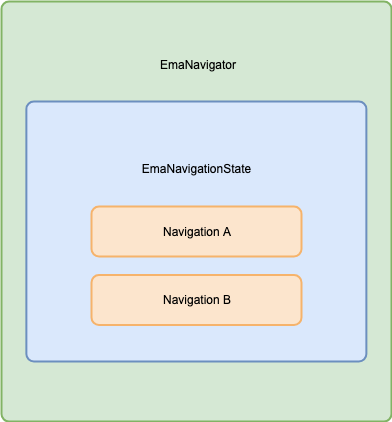
This is documentation/EmaNavigator.png from carmabs/Ema, a draw.io export, as it was before one commit. Source tidied: cells renumbered, new cells last; positions are measured from the earlier drawing's top-left corner, leaving out a move shared by most shapes. The source it was exported from:
```xml
<mxGraphModel background="#FFFFFF">
  <root>
    <mxCell id="0" />
    <mxCell id="1" parent="0" />
    <mxCell id="2" value="&lt;div style='width: 381.0px;height: 308.0px;word-break: break-word;'&gt;&lt;div align=&quot;center&quot;&gt;&lt;span style=&quot;font-size: 12px; font-family: Arial; white-space: pre-wrap; text-decoration: none; line-height: 14px; color: rgb(0, 0, 0);&quot;&gt;EmaNavigator&#10;&lt;/span&gt;&lt;/div&gt;&lt;div align=&quot;center&quot;&gt;&lt;span style=&quot;font-size: 12px; font-family: Arial; white-space: pre-wrap; text-decoration: none; line-height: 14px; color: rgb(0, 0, 0);&quot;&gt;&#10;&lt;/span&gt;&lt;/div&gt;&lt;div align=&quot;center&quot;&gt;&lt;span style=&quot;font-size: 12px; font-family: Arial; white-space: pre-wrap; text-decoration: none; line-height: 14px; color: rgb(0, 0, 0);&quot;&gt;&#10;&lt;/span&gt;&lt;/div&gt;&lt;div align=&quot;center&quot;&gt;&lt;span style=&quot;font-size: 12px; font-family: Arial; white-space: pre-wrap; text-decoration: none; line-height: 14px; color: rgb(0, 0, 0);&quot;&gt;&#10;&lt;/span&gt;&lt;/div&gt;&lt;div align=&quot;center&quot;&gt;&lt;span style=&quot;font-size: 12px; font-family: Arial; white-space: pre-wrap; text-decoration: none; line-height: 14px; color: rgb(0, 0, 0);&quot;&gt;&#10;&lt;/span&gt;&lt;/div&gt;&lt;div align=&quot;center&quot;&gt;&lt;span style=&quot;font-size: 12px; font-family: Arial; white-space: pre-wrap; text-decoration: none; line-height: 14px; color: rgb(0, 0, 0);&quot;&gt;&#10;&lt;/span&gt;&lt;/div&gt;&lt;div align=&quot;center&quot;&gt;&lt;span style=&quot;font-size: 12px; font-family: Arial; white-space: pre-wrap; text-decoration: none; line-height: 14px; color: rgb(0, 0, 0);&quot;&gt;&#10;&lt;/span&gt;&lt;/div&gt;&lt;div align=&quot;center&quot;&gt;&lt;span style=&quot;font-size: 12px; font-family: Arial; white-space: pre-wrap; text-decoration: none; line-height: 14px; color: rgb(0, 0, 0);&quot;&gt;&#10;&lt;/span&gt;&lt;/div&gt;&lt;div align=&quot;center&quot;&gt;&lt;span style=&quot;font-size: 12px; font-family: Arial; white-space: pre-wrap; text-decoration: none; line-height: 14px; color: rgb(0, 0, 0);&quot;&gt;&#10;&lt;/span&gt;&lt;/div&gt;&lt;div align=&quot;center&quot;&gt;&lt;span style=&quot;font-size: 12px; font-family: Arial; white-space: pre-wrap; text-decoration: none; line-height: 14px; color: rgb(0, 0, 0);&quot;&gt;&#10;&lt;/span&gt;&lt;/div&gt;&lt;div align=&quot;center&quot;&gt;&lt;span style=&quot;font-size: 12px; font-family: Arial; white-space: pre-wrap; text-decoration: none; line-height: 14px; color: rgb(0, 0, 0);&quot;&gt;&#10;&lt;/span&gt;&lt;/div&gt;&lt;div align=&quot;center&quot;&gt;&lt;span style=&quot;font-size: 12px; font-family: Arial; white-space: pre-wrap; text-decoration: none; line-height: 14px; color: rgb(0, 0, 0);&quot;&gt;&#10;&lt;/span&gt;&lt;/div&gt;&lt;div align=&quot;center&quot;&gt;&lt;span style=&quot;font-size: 12px; font-family: Arial; white-space: pre-wrap; text-decoration: none; line-height: 14px; color: rgb(0, 0, 0);&quot;&gt;&#10;&lt;/span&gt;&lt;/div&gt;&lt;div align=&quot;center&quot;&gt;&lt;span style=&quot;font-size: 12px; font-family: Arial; white-space: pre-wrap; text-decoration: none; line-height: 14px; color: rgb(0, 0, 0);&quot;&gt;&#10;&lt;/span&gt;&lt;/div&gt;&lt;div align=&quot;center&quot;&gt;&lt;span style=&quot;font-size: 12px; font-family: Arial; white-space: pre-wrap; text-decoration: none; line-height: 14px; color: rgb(0, 0, 0);&quot;&gt;&#10;&lt;/span&gt;&lt;/div&gt;&lt;div align=&quot;center&quot;&gt;&lt;span style=&quot;font-size: 12px; font-family: Arial; white-space: pre-wrap; text-decoration: none; line-height: 14px; color: rgb(0, 0, 0);&quot;&gt;&#10;&lt;/span&gt;&lt;/div&gt;&lt;div align=&quot;center&quot;&gt;&lt;span style=&quot;font-size: 12px; font-family: Arial; white-space: pre-wrap; text-decoration: none; line-height: 14px; color: rgb(0, 0, 0);&quot;&gt;&#10;&lt;/span&gt;&lt;/div&gt;&lt;div align=&quot;center&quot;&gt;&lt;span style=&quot;font-size: 12px; font-family: Arial; white-space: pre-wrap; text-decoration: none; line-height: 14px; color: rgb(0, 0, 0);&quot;&gt;&#10;&lt;/span&gt;&lt;/div&gt;&lt;div align=&quot;center&quot;&gt;&lt;span style=&quot;font-size: 12px; font-family: Arial; white-space: pre-wrap; text-decoration: none; line-height: 14px; color: rgb(0, 0, 0);&quot;&gt;&#10;&lt;/span&gt;&lt;/div&gt;&lt;div align=&quot;center&quot;&gt;&lt;span style=&quot;font-size: 12px; font-family: Arial; white-space: pre-wrap; text-decoration: none; line-height: 14px; color: rgb(0, 0, 0);&quot;&gt;&#10;&lt;/span&gt;&lt;/div&gt;&lt;div align=&quot;center&quot;&gt;&lt;span style=&quot;font-size: 12px; font-family: Arial; white-space: pre-wrap; text-decoration: none; line-height: 14px; color: rgb(0, 0, 0);&quot;&gt;&#10;&lt;/span&gt;&lt;/div&gt;&lt;div align=&quot;center&quot;&gt;&lt;span style=&quot;font-size: 12px; font-family: Arial; white-space: pre-wrap; text-decoration: none; line-height: 14px; color: rgb(0, 0, 0);&quot;&gt;&#10;&lt;/span&gt;&lt;/div&gt;&lt;div align=&quot;center&quot;&gt;&lt;span style=&quot;font-size: 12px; font-family: Arial; white-space: pre-wrap; text-decoration: none; line-height: 14px; color: rgb(0, 0, 0);&quot;&gt;&lt;/span&gt;&lt;/div&gt;&lt;/div&gt;" style="shape=rect;rounded=1;arcSize=15;absoluteArcSize=1;shadow=0;strokeWidth=2;fillColor=#d5e8d4;strokeColor=#82b365;opacity=100.0;html=1;nl2Br=0;verticalAlign=middle;align=center;spacingLeft=3.0;spacingRight=0;whiteSpace=wrap;gliffyId=1;" parent="1" vertex="1">
      <mxGeometry width="390" height="420" as="geometry" />
    </mxCell>
    <mxCell id="3" value="&lt;div style='width: 333.51282px;height: 140.0px;word-break: break-word;'&gt;&lt;div align=&quot;center&quot;&gt;&lt;span style=&quot;font-size: 12px; font-family: Arial; white-space: pre-wrap; text-decoration: none; line-height: 14px; color: rgb(0, 0, 0);&quot;&gt;EmaNavigationState&#10;&lt;/span&gt;&lt;/div&gt;&lt;div align=&quot;center&quot;&gt;&lt;span style=&quot;font-size: 12px; font-family: Arial; white-space: pre-wrap; text-decoration: none; line-height: 14px; color: rgb(0, 0, 0);&quot;&gt;&#10;&lt;/span&gt;&lt;/div&gt;&lt;div align=&quot;center&quot;&gt;&lt;span style=&quot;font-size: 12px; font-family: Arial; white-space: pre-wrap; text-decoration: none; line-height: 14px; color: rgb(0, 0, 0);&quot;&gt;&#10;&lt;/span&gt;&lt;/div&gt;&lt;div align=&quot;center&quot;&gt;&lt;span style=&quot;font-size: 12px; font-family: Arial; white-space: pre-wrap; text-decoration: none; line-height: 14px; color: rgb(0, 0, 0);&quot;&gt;&#10;&lt;/span&gt;&lt;/div&gt;&lt;div align=&quot;center&quot;&gt;&lt;span style=&quot;font-size: 12px; font-family: Arial; white-space: pre-wrap; text-decoration: none; line-height: 14px; color: rgb(0, 0, 0);&quot;&gt;&#10;&lt;/span&gt;&lt;/div&gt;&lt;div align=&quot;center&quot;&gt;&lt;span style=&quot;font-size: 12px; font-family: Arial; white-space: pre-wrap; text-decoration: none; line-height: 14px; color: rgb(0, 0, 0);&quot;&gt;&#10;&lt;/span&gt;&lt;/div&gt;&lt;div align=&quot;center&quot;&gt;&lt;span style=&quot;font-size: 12px; font-family: Arial; white-space: pre-wrap; text-decoration: none; line-height: 14px; color: rgb(0, 0, 0);&quot;&gt;&#10;&lt;/span&gt;&lt;/div&gt;&lt;div align=&quot;center&quot;&gt;&lt;span style=&quot;font-size: 12px; font-family: Arial; white-space: pre-wrap; text-decoration: none; line-height: 14px; color: rgb(0, 0, 0);&quot;&gt;&#10;&lt;/span&gt;&lt;/div&gt;&lt;div align=&quot;center&quot;&gt;&lt;span style=&quot;font-size: 12px; font-family: Arial; white-space: pre-wrap; text-decoration: none; line-height: 14px; color: rgb(0, 0, 0);&quot;&gt;&#10;&lt;/span&gt;&lt;/div&gt;&lt;div align=&quot;center&quot;&gt;&lt;span style=&quot;font-size: 12px; font-family: Arial; white-space: pre-wrap; text-decoration: none; line-height: 14px; color: rgb(0, 0, 0);&quot;&gt;&#10;&lt;/span&gt;&lt;/div&gt;&lt;div align=&quot;center&quot;&gt;&lt;span style=&quot;font-size: 12px; font-family: Arial; white-space: pre-wrap; text-decoration: none; line-height: 14px; color: rgb(0, 0, 0);&quot;&gt;&lt;/span&gt;&lt;/div&gt;&lt;/div&gt;" style="shape=rect;rounded=1;arcSize=15;absoluteArcSize=1;shadow=0;strokeWidth=2;fillColor=#dae8fc;strokeColor=#6c8fbf;opacity=100.0;html=1;nl2Br=0;verticalAlign=middle;align=center;spacingLeft=1.7435898;spacingRight=0;whiteSpace=wrap;gliffyId=9;" parent="1" vertex="1">
      <mxGeometry x="24.9" y="100" width="340" height="260" as="geometry" />
    </mxCell>
    <mxCell id="4" value="&lt;div style=&quot;width: 203.0px ; height: 14.0px ; word-break: break-word&quot;&gt;&lt;div align=&quot;center&quot;&gt;&lt;span style=&quot;font-size: 12px ; font-family: &amp;#34;arial&amp;#34; ; white-space: pre-wrap ; text-decoration: none ; line-height: 14px ; color: rgb(0 , 0 , 0)&quot;&gt;Navigation A&lt;/span&gt;&lt;/div&gt;&lt;/div&gt;" style="shape=rect;rounded=1;arcSize=15;absoluteArcSize=1;shadow=0;strokeWidth=2;fillColor=#fce5cd;strokeColor=#f6b36b;opacity=100.0;html=1;nl2Br=0;verticalAlign=middle;align=center;spacingLeft=2.0;spacingRight=0;whiteSpace=wrap;gliffyId=12;" parent="1" vertex="1">
      <mxGeometry x="90" y="205" width="210" height="50" as="geometry" />
    </mxCell>
    <mxCell id="5" value="&lt;div style=&quot;width: 203.0px ; height: 14.0px ; word-break: break-word&quot;&gt;&lt;div align=&quot;center&quot;&gt;&lt;span style=&quot;font-size: 12px ; font-family: &amp;#34;arial&amp;#34; ; white-space: pre-wrap ; text-decoration: none ; line-height: 14px ; color: rgb(0 , 0 , 0)&quot;&gt;Navigation B&lt;/span&gt;&lt;/div&gt;&lt;/div&gt;" style="shape=rect;rounded=1;arcSize=15;absoluteArcSize=1;shadow=0;strokeWidth=2;fillColor=#fce5cd;strokeColor=#f6b36b;opacity=100.0;html=1;nl2Br=0;verticalAlign=middle;align=center;spacingLeft=2.0;spacingRight=0;whiteSpace=wrap;gliffyId=14;" parent="1" vertex="1">
      <mxGeometry x="90" y="273.5" width="210" height="50" as="geometry" />
    </mxCell>
  </root>
</mxGraphModel>
```
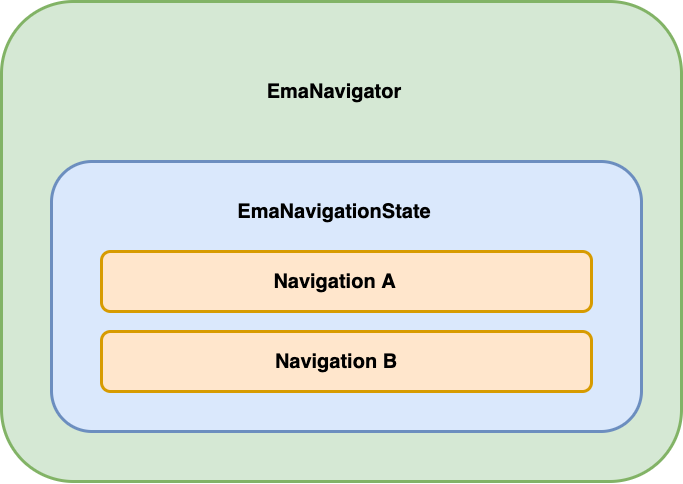
After the change.

Diff of the diagram source:
```diff
@@ -1,18 +1,30 @@
-<mxGraphModel background="#FFFFFF">
+<mxGraphModel>
   <root>
     <mxCell id="0" />
     <mxCell id="1" parent="0" />
+    <mxCell id="6" style="rounded=1;whiteSpace=wrap;html=1;fillColor=#d5e8d4;strokeColor=#82b366;strokeWidth=3;" parent="1" vertex="1">
+      <mxGeometry y="20" width="680" height="480" as="geometry" />
+    </mxCell>
+    <mxCell id="7" style="rounded=1;whiteSpace=wrap;html=1;strokeWidth=3;fillColor=#dae8fc;strokeColor=#6c8ebf;" parent="1" vertex="1">
+      <mxGeometry x="50" y="180" width="590" height="270" as="geometry" />
+    </mxCell>
+    <mxCell id="8" style="rounded=1;whiteSpace=wrap;html=1;strokeWidth=3;fillColor=#ffe6cc;strokeColor=#d79b00;" parent="1" vertex="1">
+      <mxGeometry x="100" y="270" width="490" height="60" as="geometry" />
+    </mxCell>
+    <mxCell id="9" style="rounded=1;whiteSpace=wrap;html=1;strokeWidth=3;fillColor=#ffe6cc;strokeColor=#d79b00;" parent="1" vertex="1">
+      <mxGeometry x="100" y="350" width="490" height="60" as="geometry" />
+    </mxCell>
-    <mxCell id="2" value="&lt;div style='width: 381.0px;height: 308.0px;word-break: break-word;'&gt;&lt;div align=&quot;center&quot;&gt;&lt;span style=&quot;font-size: 12px; font-family: Arial; white-space: pre-wrap; text-decoration: none; line-height: 14px; color: rgb(0, 0, 0);&quot;&gt;EmaNavigator&#10;&lt;/span&gt;&lt;/div&gt;&lt;div align=&quot;center&quot;&gt;&lt;span style=&quot;font-size: 12px; font-family: Arial; white-space: pre-wrap; text-decoration: none; line-height: 14px; color: rgb(0, 0, 0);&quot;&gt;&#10;&lt;/span&gt;&lt;/div&gt;&lt;div align=&quot;center&quot;&gt;&lt;span style=&quot;font-size: 12px; font-family: Arial; white-space: pre-wrap; text-decoration: none; line-height: 14px; color: rgb(0, 0, 0);&quot;&gt;&#10;&lt;/span&gt;&lt;/div&gt;&lt;div align=&quot;center&quot;&gt;&lt;span style=&quot;font-size: 12px; font-family: Arial; white-space: pre-wrap; text-decoration: none; line-height: 14px; color: rgb(0, 0, 0);&quot;&gt;&#10;&lt;/span&gt;&lt;/div&gt;&lt;div align=&quot;center&quot;&gt;&lt;span style=&quot;font-size: 12px; font-family: Arial; white-space: pre-wrap; text-decoration: none; line-height: 14px; color: rgb(0, 0, 0);&quot;&gt;&#10;&lt;/span&gt;&lt;/div&gt;&lt;div align=&quot;center&quot;&gt;&lt;span style=&quot;font-size: 12px; font-family: Arial; white-space: pre-wrap; text-decoration: none; line-height: 14px; color: rgb(0, 0, 0);&quot;&gt;&#10;&lt;/span&gt;&lt;/div&gt;&lt;div align=&quot;center&quot;&gt;&lt;span style=&quot;font-size: 12px; font-family: Arial; white-space: pre-wrap; text-decoration: none; line-height: 14px; color: rgb(0, 0, 0);&quot;&gt;&#10;&lt;/span&gt;&lt;/div&gt;&lt;div align=&quot;center&quot;&gt;&lt;span style=&quot;font-size: 12px; font-family: Arial; white-space: pre-wrap; text-decoration: none; line-height: 14px; color: rgb(0, 0, 0);&quot;&gt;&#10;&lt;/span&gt;&lt;/div&gt;&lt;div align=&quot;center&quot;&gt;&lt;span style=&quot;font-size: 12px; font-family: Arial; white-space: pre-wrap; text-decoration: none; line-height: 14px; color: rgb(0, 0, 0);&quot;&gt;&#10;&lt;/span&gt;&lt;/div&gt;&lt;div align=&quot;center&quot;&gt;&lt;span style=&quot;font-size: 12px; font-family: Arial; white-space: pre-wrap; text-decoration: none; line-height: 14px; color: rgb(0, 0, 0);&quot;&gt;&#10;&lt;/span&gt;&lt;/div&gt;&lt;div align=&quot;center&quot;&gt;&lt;span style=&quot;font-size: 12px; font-family: Arial; white-space: pre-wrap; text-decoration: none; line-height: 14px; color: rgb(0, 0, 0);&quot;&gt;&#10;&lt;/span&gt;&lt;/div&gt;&lt;div align=&quot;center&quot;&gt;&lt;span style=&quot;font-size: 12px; font-family: Arial; white-space: pre-wrap; text-decoration: none; line-height: 14px; color: rgb(0, 0, 0);&quot;&gt;&#10;&lt;/span&gt;&lt;/div&gt;&lt;div align=&quot;center&quot;&gt;&lt;span style=&quot;font-size: 12px; font-family: Arial; white-space: pre-wrap; text-decoration: none; line-height: 14px; color: rgb(0, 0, 0);&quot;&gt;&#10;&lt;/span&gt;&lt;/div&gt;&lt;div align=&quot;center&quot;&gt;&lt;span style=&quot;font-size: 12px; font-family: Arial; white-space: pre-wrap; text-decoration: none; line-height: 14px; color: rgb(0, 0, 0);&quot;&gt;&#10;&lt;/span&gt;&lt;/div&gt;&lt;div align=&quot;center&quot;&gt;&lt;span style=&quot;font-size: 12px; font-family: Arial; white-space: pre-wrap; text-decoration: none; line-height: 14px; color: rgb(0, 0, 0);&quot;&gt;&#10;&lt;/span&gt;&lt;/div&gt;&lt;div align=&quot;center&quot;&gt;&lt;span style=&quot;font-size: 12px; font-family: Arial; white-space: pre-wrap; text-decoration: none; line-height: 14px; color: rgb(0, 0, 0);&quot;&gt;&#10;&lt;/span&gt;&lt;/div&gt;&lt;div align=&quot;center&quot;&gt;&lt;span style=&quot;font-size: 12px; font-family: Arial; white-space: pre-wrap; text-decoration: none; line-height: 14px; color: rgb(0, 0, 0);&quot;&gt;&#10;&lt;/span&gt;&lt;/div&gt;&lt;div align=&quot;center&quot;&gt;&lt;span style=&quot;font-size: 12px; font-family: Arial; white-space: pre-wrap; text-decoration: none; line-height: 14px; color: rgb(0, 0, 0);&quot;&gt;&#10;&lt;/span&gt;&lt;/div&gt;&lt;div align=&quot;center&quot;&gt;&lt;span style=&quot;font-size: 12px; font-family: Arial; white-space: pre-wrap; text-decoration: none; line-height: 14px; color: rgb(0, 0, 0);&quot;&gt;&#10;&lt;/span&gt;&lt;/div&gt;&lt;div align=&quot;center&quot;&gt;&lt;span style=&quot;font-size: 12px; font-family: Arial; white-space: pre-wrap; text-decoration: none; line-height: 14px; color: rgb(0, 0, 0);&quot;&gt;&#10;&lt;/span&gt;&lt;/div&gt;&lt;div align=&quot;center&quot;&gt;&lt;span style=&quot;font-size: 12px; font-family: Arial; white-space: pre-wrap; text-decoration: none; line-height: 14px; color: rgb(0, 0, 0);&quot;&gt;&#10;&lt;/span&gt;&lt;/div&gt;&lt;div align=&quot;center&quot;&gt;&lt;span style=&quot;font-size: 12px; font-family: Arial; white-space: pre-wrap; text-decoration: none; line-height: 14px; color: rgb(0, 0, 0);&quot;&gt;&#10;&lt;/span&gt;&lt;/div&gt;&lt;div align=&quot;center&quot;&gt;&lt;span style=&quot;font-size: 12px; font-family: Arial; white-space: pre-wrap; text-decoration: none; line-height: 14px; color: rgb(0, 0, 0);&quot;&gt;&lt;/span&gt;&lt;/div&gt;&lt;/div&gt;" style="shape=rect;rounded=1;arcSize=15;absoluteArcSize=1;shadow=0;strokeWidth=2;fillColor=#d5e8d4;strokeColor=#82b365;opacity=100.0;html=1;nl2Br=0;verticalAlign=middle;align=center;spacingLeft=3.0;spacingRight=0;whiteSpace=wrap;gliffyId=1;" parent="1" vertex="1">
-      <mxGeometry width="390" height="420" as="geometry" />
+    <mxCell id="2" value="EmaNavigator" style="text;html=1;strokeColor=none;fillColor=none;align=center;verticalAlign=middle;whiteSpace=wrap;rounded=0;fontSize=20;fontStyle=1;" parent="1" vertex="1">
+      <mxGeometry x="313" y="100" width="40" height="20" as="geometry" />
     </mxCell>
-    <mxCell id="3" value="&lt;div style='width: 333.51282px;height: 140.0px;word-break: break-word;'&gt;&lt;div align=&quot;center&quot;&gt;&lt;span style=&quot;font-size: 12px; font-family: Arial; white-space: pre-wrap; text-decoration: none; line-height: 14px; color: rgb(0, 0, 0);&quot;&gt;EmaNavigationState&#10;&lt;/span&gt;&lt;/div&gt;&lt;div align=&quot;center&quot;&gt;&lt;span style=&quot;font-size: 12px; font-family: Arial; white-space: pre-wrap; text-decoration: none; line-height: 14px; color: rgb(0, 0, 0);&quot;&gt;&#10;&lt;/span&gt;&lt;/div&gt;&lt;div align=&quot;center&quot;&gt;&lt;span style=&quot;font-size: 12px; font-family: Arial; white-space: pre-wrap; text-decoration: none; line-height: 14px; color: rgb(0, 0, 0);&quot;&gt;&#10;&lt;/span&gt;&lt;/div&gt;&lt;div align=&quot;center&quot;&gt;&lt;span style=&quot;font-size: 12px; font-family: Arial; white-space: pre-wrap; text-decoration: none; line-height: 14px; color: rgb(0, 0, 0);&quot;&gt;&#10;&lt;/span&gt;&lt;/div&gt;&lt;div align=&quot;center&quot;&gt;&lt;span style=&quot;font-size: 12px; font-family: Arial; white-space: pre-wrap; text-decoration: none; line-height: 14px; color: rgb(0, 0, 0);&quot;&gt;&#10;&lt;/span&gt;&lt;/div&gt;&lt;div align=&quot;center&quot;&gt;&lt;span style=&quot;font-size: 12px; font-family: Arial; white-space: pre-wrap; text-decoration: none; line-height: 14px; color: rgb(0, 0, 0);&quot;&gt;&#10;&lt;/span&gt;&lt;/div&gt;&lt;div align=&quot;center&quot;&gt;&lt;span style=&quot;font-size: 12px; font-family: Arial; white-space: pre-wrap; text-decoration: none; line-height: 14px; color: rgb(0, 0, 0);&quot;&gt;&#10;&lt;/span&gt;&lt;/div&gt;&lt;div align=&quot;center&quot;&gt;&lt;span style=&quot;font-size: 12px; font-family: Arial; white-space: pre-wrap; text-decoration: none; line-height: 14px; color: rgb(0, 0, 0);&quot;&gt;&#10;&lt;/span&gt;&lt;/div&gt;&lt;div align=&quot;center&quot;&gt;&lt;span style=&quot;font-size: 12px; font-family: Arial; white-space: pre-wrap; text-decoration: none; line-height: 14px; color: rgb(0, 0, 0);&quot;&gt;&#10;&lt;/span&gt;&lt;/div&gt;&lt;div align=&quot;center&quot;&gt;&lt;span style=&quot;font-size: 12px; font-family: Arial; white-space: pre-wrap; text-decoration: none; line-height: 14px; color: rgb(0, 0, 0);&quot;&gt;&#10;&lt;/span&gt;&lt;/div&gt;&lt;div align=&quot;center&quot;&gt;&lt;span style=&quot;font-size: 12px; font-family: Arial; white-space: pre-wrap; text-decoration: none; line-height: 14px; color: rgb(0, 0, 0);&quot;&gt;&lt;/span&gt;&lt;/div&gt;&lt;/div&gt;" style="shape=rect;rounded=1;arcSize=15;absoluteArcSize=1;shadow=0;strokeWidth=2;fillColor=#dae8fc;strokeColor=#6c8fbf;opacity=100.0;html=1;nl2Br=0;verticalAlign=middle;align=center;spacingLeft=1.7435898;spacingRight=0;whiteSpace=wrap;gliffyId=9;" parent="1" vertex="1">
-      <mxGeometry x="24.9" y="100" width="340" height="260" as="geometry" />
+    <mxCell id="3" value="EmaNavigationState" style="text;html=1;strokeColor=none;fillColor=none;align=center;verticalAlign=middle;whiteSpace=wrap;rounded=0;fontStyle=1;fontSize=20;" parent="1" vertex="1">
+      <mxGeometry x="313" y="220" width="40" height="20" as="geometry" />
     </mxCell>
-    <mxCell id="4" value="&lt;div style=&quot;width: 203.0px ; height: 14.0px ; word-break: break-word&quot;&gt;&lt;div align=&quot;center&quot;&gt;&lt;span style=&quot;font-size: 12px ; font-family: &amp;#34;arial&amp;#34; ; white-space: pre-wrap ; text-decoration: none ; line-height: 14px ; color: rgb(0 , 0 , 0)&quot;&gt;Navigation A&lt;/span&gt;&lt;/div&gt;&lt;/div&gt;" style="shape=rect;rounded=1;arcSize=15;absoluteArcSize=1;shadow=0;strokeWidth=2;fillColor=#fce5cd;strokeColor=#f6b36b;opacity=100.0;html=1;nl2Br=0;verticalAlign=middle;align=center;spacingLeft=2.0;spacingRight=0;whiteSpace=wrap;gliffyId=12;" parent="1" vertex="1">
-      <mxGeometry x="90" y="205" width="210" height="50" as="geometry" />
+    <mxCell id="4" value="Navigation A" style="text;html=1;strokeColor=none;fillColor=none;align=center;verticalAlign=middle;whiteSpace=wrap;rounded=0;fontSize=20;fontStyle=1;" parent="1" vertex="1">
+      <mxGeometry x="265" y="290" width="137" height="20" as="geometry" />
     </mxCell>
-    <mxCell id="5" value="&lt;div style=&quot;width: 203.0px ; height: 14.0px ; word-break: break-word&quot;&gt;&lt;div align=&quot;center&quot;&gt;&lt;span style=&quot;font-size: 12px ; font-family: &amp;#34;arial&amp;#34; ; white-space: pre-wrap ; text-decoration: none ; line-height: 14px ; color: rgb(0 , 0 , 0)&quot;&gt;Navigation B&lt;/span&gt;&lt;/div&gt;&lt;/div&gt;" style="shape=rect;rounded=1;arcSize=15;absoluteArcSize=1;shadow=0;strokeWidth=2;fillColor=#fce5cd;strokeColor=#f6b36b;opacity=100.0;html=1;nl2Br=0;verticalAlign=middle;align=center;spacingLeft=2.0;spacingRight=0;whiteSpace=wrap;gliffyId=14;" parent="1" vertex="1">
-      <mxGeometry x="90" y="273.5" width="210" height="50" as="geometry" />
+    <mxCell id="5" value="Navigation B" style="text;html=1;strokeColor=none;fillColor=none;align=center;verticalAlign=middle;whiteSpace=wrap;rounded=0;fontSize=20;fontStyle=1;" parent="1" vertex="1">
+      <mxGeometry x="259" y="370" width="152" height="20" as="geometry" />
     </mxCell>
   </root>
 </mxGraphModel>
```
